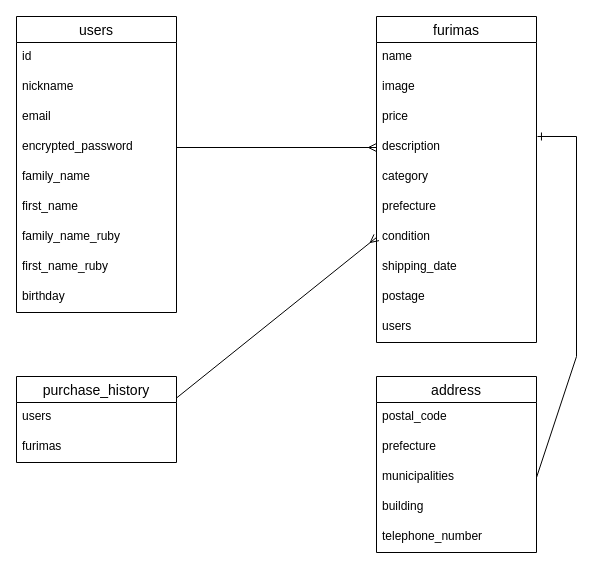
Earlier version of the draw.io diagram furima.dio (nobonobonobo/furima-35523). Source tidied: cells renumbered, new cells numbered last; positions are measured from the earlier drawing's top-left corner, leaving out a move shared by most shapes. Both pictures are drawn from the tidied source at 100%, with x=0, y=0 at pixel (16, 16).
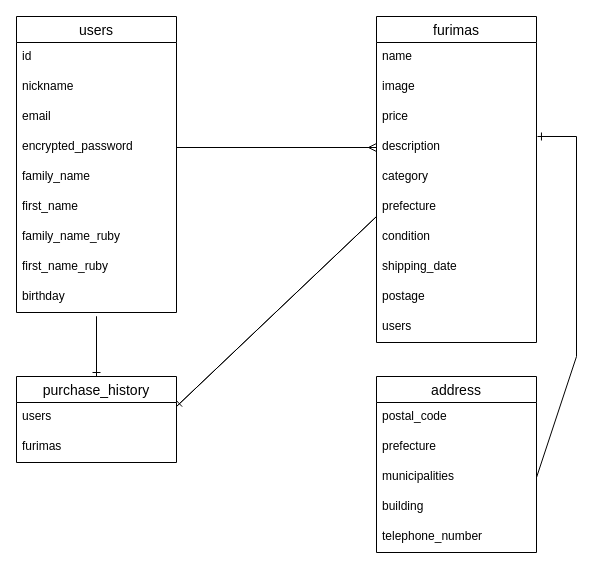
The same diagram, later.

Commit message (it also covers changes not shown here):
アソシエーション記述

Unchanged cells that the change refers to:
```xml
<mxCell id="19" value="condition" style="text;strokeColor=none;fillColor=none;spacingLeft=4;spacingRight=4;overflow=hidden;points=[[0,0.5],[1,0.5]];portConstraint=eastwest;fontSize=12;" parent="12" vertex="1">
  <mxGeometry y="206" width="160" height="30" as="geometry" />
</mxCell>
<mxCell id="25" value="purchase_history" style="swimlane;fontStyle=0;horizontal=1;startSize=26;align=center;fontSize=14;" parent="1" vertex="1">
  <mxGeometry y="360" width="160" height="86" as="geometry" />
</mxCell>
```

What changed in the source:
```diff
@@
-    <mxCell id="24" style="edgeStyle=none;rounded=0;jettySize=auto;html=1;exitX=1;exitY=0.25;exitDx=0;exitDy=0;entryX=0;entryY=0.5;entryDx=0;entryDy=0;endArrow=ERmany;endFill=0;" parent="1" edge="1" source="25" target="19">
-      <mxGeometry relative="1" as="geometry" />
-    </mxCell>
+    <mxCell id="35" style="edgeStyle=none;rounded=0;orthogonalLoop=1;jettySize=auto;html=1;exitX=0.5;exitY=0;exitDx=0;exitDy=0;endArrow=ERone;endFill=0;entryX=0.5;entryY=0;entryDx=0;entryDy=0;" parent="1" edge="1" source="25" target="25">
+      <mxGeometry relative="1" as="geometry">
+        <Array as="points">
+          <mxPoint x="80" y="300" />
+        </Array>
+      </mxGeometry>
+    </mxCell>
@@
+    <mxCell id="36" style="edgeStyle=none;rounded=0;orthogonalLoop=1;jettySize=auto;html=1;exitX=0.5;exitY=0;exitDx=0;exitDy=0;endArrow=ERone;endFill=0;entryX=0.5;entryY=0;entryDx=0;entryDy=0;" parent="25" edge="1">
+      <mxGeometry relative="1" as="geometry">
+        <mxPoint x="160" y="30" as="sourcePoint" />
+        <mxPoint x="160" y="30" as="targetPoint" />
+        <Array as="points">
+          <mxPoint x="360" y="-160" />
+        </Array>
+      </mxGeometry>
+    </mxCell>
```
